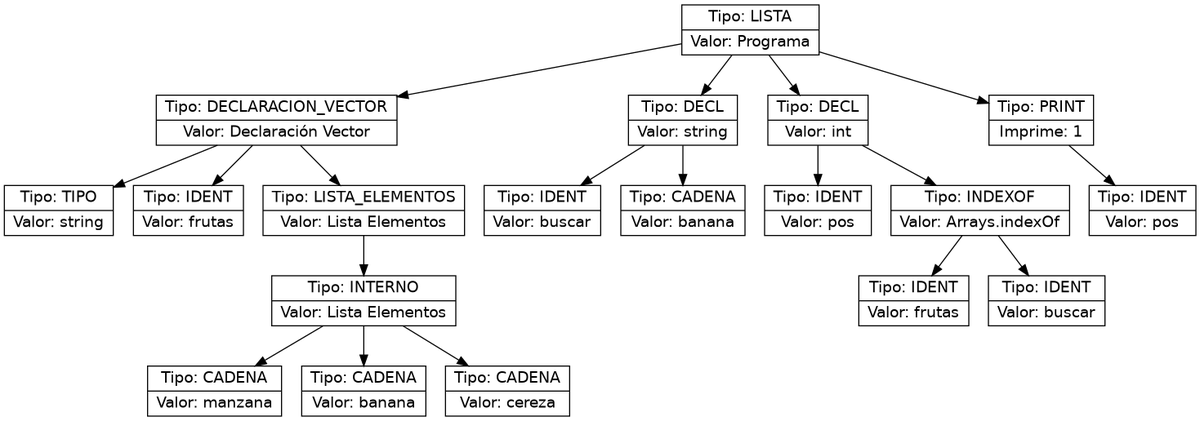
Before: ast.png, a diagram exported from Graphviz (Farot30/OLC2_2s2025_202307820). Its source is kept beside it as ast.dot.
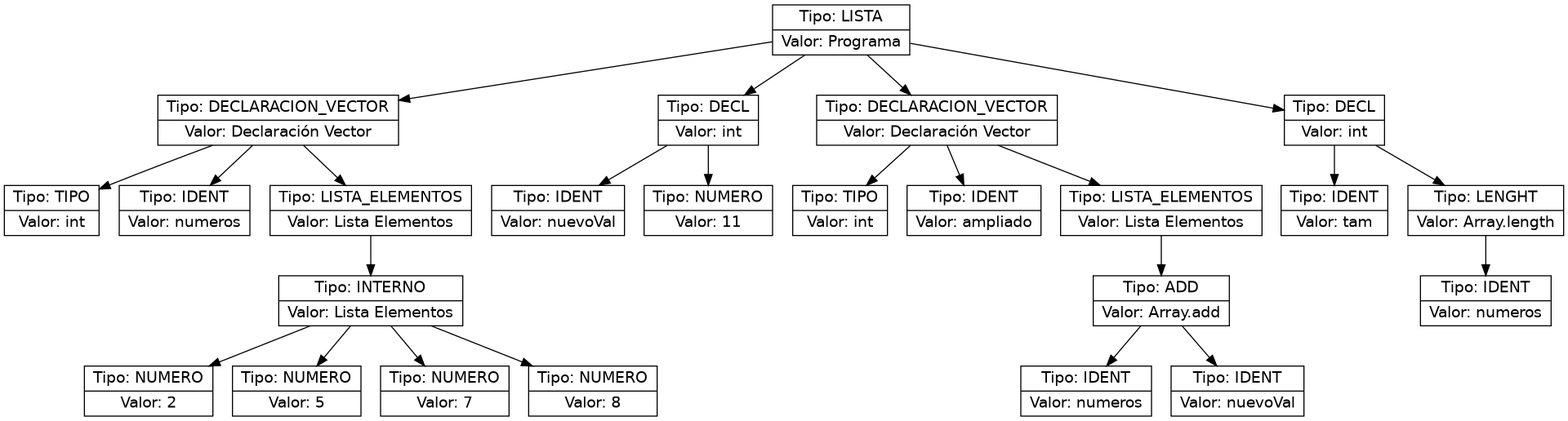
Above is the later version.

The edit, as a diff of the source:
```diff
@@ -1,40 +1,50 @@
 digraph AST {
   node [shape=record,fontname="Helvetica"];
-  n0x578ff7895890 [label="{Tipo: LISTA|Valor: Programa}"];
-  n0x578ff7895890 -> n0x578ff7973a50;
-  n0x578ff7973a50 [label="{Tipo: DECLARACION_VECTOR|Valor: Declaración Vector}"];
-  n0x578ff7973a50 -> n0x578ff7967d30;
-  n0x578ff7967d30 [label="{Tipo: TIPO|Valor: string}"];
-  n0x578ff7973a50 -> n0x578ff7a2a510;
-  n0x578ff7a2a510 [label="{Tipo: IDENT|Valor: frutas}"];
-  n0x578ff7973a50 -> n0x578ff7a3aad0;
-  n0x578ff7a3aad0 [label="{Tipo: LISTA_ELEMENTOS|Valor: Lista Elementos}"];
-  n0x578ff7a3aad0 -> n0x578ff770d7b0;
-  n0x578ff770d7b0 [label="{Tipo: INTERNO|Valor: Lista Elementos}"];
-  n0x578ff770d7b0 -> n0x578ff78d25e0;
-  n0x578ff78d25e0 [label="{Tipo: CADENA|Valor: manzana}"];
-  n0x578ff770d7b0 -> n0x578ff7ad49c0;
-  n0x578ff7ad49c0 [label="{Tipo: CADENA|Valor: banana}"];
-  n0x578ff770d7b0 -> n0x578ff7966790;
-  n0x578ff7966790 [label="{Tipo: CADENA|Valor: cereza}"];
-  n0x578ff7895890 -> n0x578ff7731720;
-  n0x578ff7731720 [label="{Tipo: DECL|Valor: string}"];
-  n0x578ff7731720 -> n0x578ff7956a20;
-  n0x578ff7956a20 [label="{Tipo: IDENT|Valor: buscar}"];
-  n0x578ff7731720 -> n0x578ff795edf0;
-  n0x578ff795edf0 [label="{Tipo: CADENA|Valor: banana}"];
-  n0x578ff7895890 -> n0x578ff76b9e70;
-  n0x578ff76b9e70 [label="{Tipo: DECL|Valor: int}"];
-  n0x578ff76b9e70 -> n0x578ff76bd020;
-  n0x578ff76bd020 [label="{Tipo: IDENT|Valor: pos}"];
-  n0x578ff76b9e70 -> n0x578ff795b490;
-  n0x578ff795b490 [label="{Tipo: INDEXOF|Valor: Arrays.indexOf}"];
-  n0x578ff795b490 -> n0x578ff77a4540;
-  n0x578ff77a4540 [label="{Tipo: IDENT|Valor: frutas}"];
-  n0x578ff795b490 -> n0x578ff76f88a0;
-  n0x578ff76f88a0 [label="{Tipo: IDENT|Valor: buscar}"];
-  n0x578ff7895890 -> n0x578ff79370f0;
-  n0x578ff79370f0 [label="{Tipo: PRINT|Imprime: 1}"];
-  n0x578ff79370f0 -> n0x578ff78ceff0;
-  n0x578ff78ceff0 [label="{Tipo: IDENT|Valor: pos}"];
+  n0x5a85ab278cb0 [label="{Tipo: LISTA|Valor: Programa}"];
+  n0x5a85ab278cb0 -> n0x5a85ab4b3d40;
+  n0x5a85ab4b3d40 [label="{Tipo: DECLARACION_VECTOR|Valor: Declaración Vector}"];
+  n0x5a85ab4b3d40 -> n0x5a85ab14e850;
+  n0x5a85ab14e850 [label="{Tipo: TIPO|Valor: int}"];
+  n0x5a85ab4b3d40 -> n0x5a85ab325890;
+  n0x5a85ab325890 [label="{Tipo: IDENT|Valor: numeros}"];
+  n0x5a85ab4b3d40 -> n0x5a85ab2ebbb0;
+  n0x5a85ab2ebbb0 [label="{Tipo: LISTA_ELEMENTOS|Valor: Lista Elementos}"];
+  n0x5a85ab2ebbb0 -> n0x5a85ab124e60;
+  n0x5a85ab124e60 [label="{Tipo: INTERNO|Valor: Lista Elementos}"];
+  n0x5a85ab124e60 -> n0x5a85ab38eb80;
+  n0x5a85ab38eb80 [label="{Tipo: NUMERO|Valor: 2}"];
+  n0x5a85ab124e60 -> n0x5a85ab127a90;
+  n0x5a85ab127a90 [label="{Tipo: NUMERO|Valor: 5}"];
+  n0x5a85ab124e60 -> n0x5a85ab4deac0;
+  n0x5a85ab4deac0 [label="{Tipo: NUMERO|Valor: 7}"];
+  n0x5a85ab124e60 -> n0x5a85ab357460;
+  n0x5a85ab357460 [label="{Tipo: NUMERO|Valor: 8}"];
+  n0x5a85ab278cb0 -> n0x5a85ab39b9e0;
+  n0x5a85ab39b9e0 [label="{Tipo: DECL|Valor: int}"];
+  n0x5a85ab39b9e0 -> n0x5a85ab191640;
+  n0x5a85ab191640 [label="{Tipo: IDENT|Valor: nuevoVal}"];
+  n0x5a85ab39b9e0 -> n0x5a85ab158c30;
+  n0x5a85ab158c30 [label="{Tipo: NUMERO|Valor: 11}"];
+  n0x5a85ab278cb0 -> n0x5a85ab39aef0;
+  n0x5a85ab39aef0 [label="{Tipo: DECLARACION_VECTOR|Valor: Declaración Vector}"];
+  n0x5a85ab39aef0 -> n0x5a85ab4b89b0;
+  n0x5a85ab4b89b0 [label="{Tipo: TIPO|Valor: int}"];
+  n0x5a85ab39aef0 -> n0x5a85ab38c930;
+  n0x5a85ab38c930 [label="{Tipo: IDENT|Valor: ampliado}"];
+  n0x5a85ab39aef0 -> n0x5a85ab4ff950;
+  n0x5a85ab4ff950 [label="{Tipo: LISTA_ELEMENTOS|Valor: Lista Elementos}"];
+  n0x5a85ab4ff950 -> n0x5a85ab4907c0;
+  n0x5a85ab4907c0 [label="{Tipo: ADD|Valor: Array.add}"];
+  n0x5a85ab4907c0 -> n0x5a85ab399d20;
+  n0x5a85ab399d20 [label="{Tipo: IDENT|Valor: numeros}"];
+  n0x5a85ab4907c0 -> n0x5a85ab1538f0;
+  n0x5a85ab1538f0 [label="{Tipo: IDENT|Valor: nuevoVal}"];
+  n0x5a85ab278cb0 -> n0x5a85ab1435e0;
+  n0x5a85ab1435e0 [label="{Tipo: DECL|Valor: int}"];
+  n0x5a85ab1435e0 -> n0x5a85ab1403f0;
+  n0x5a85ab1403f0 [label="{Tipo: IDENT|Valor: tam}"];
+  n0x5a85ab1435e0 -> n0x5a85ab1445d0;
+  n0x5a85ab1445d0 [label="{Tipo: LENGHT|Valor: Array.length}"];
+  n0x5a85ab1445d0 -> n0x5a85ab0f9710;
+  n0x5a85ab0f9710 [label="{Tipo: IDENT|Valor: numeros}"];
 }
```
